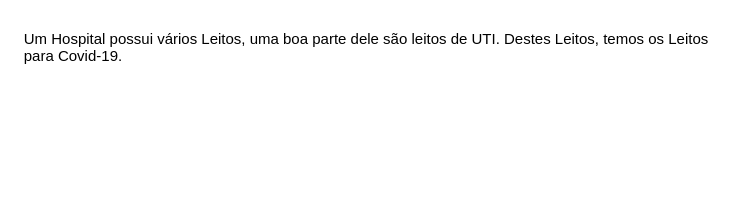
vladimiralencar/Alunos-UEPB-BancoDeDados keeps this draw.io diagram as Covid-19-Hospital.drawio. Above is the earlier version. Source tidied: cells renumbered, new cells numbered last; positions are measured from the earlier drawing's top-left corner, leaving out a move shared by most shapes. Both pictures are drawn from the tidied source at 125%, with x=0, y=0 at pixel (21, 21).
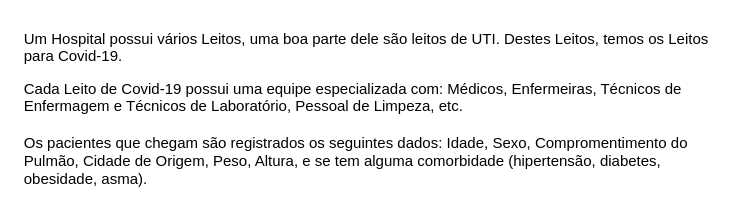
After the change.

Diff of the diagram source:
```diff
@@
 <mxGraphModel>
   <root>
     <mxCell id="0" />
     <mxCell id="1" parent="0" />
     <mxCell id="2" value="Um Hospital possui vários Leitos, uma boa parte dele são leitos de UTI. Destes Leitos, temos os Leitos para Covid-19." style="text;whiteSpace=wrap;html=1;" parent="1" vertex="1">
       <mxGeometry width="550" height="40" as="geometry" />
     </mxCell>
+    <mxCell id="3" value="Cada Leito de Covid-19 possui uma equipe especializada com: Médicos, Enfermeiras, Técnicos de Enfermagem e Técnicos de Laboratório, Pessoal de Limpeza, etc. &#10; &#10;Os pacientes que chegam são registrados os seguintes dados: Idade, Sexo, Compromentimento do Pulmão, Cidade de Origem, Peso, Altura, e se tem alguma comorbidade (hipertensão, diabetes, obesidade, asma)." style="text;whiteSpace=wrap;html=1;" parent="1" vertex="1">
+      <mxGeometry y="40" width="550" height="100" as="geometry" />
+    </mxCell>
   </root>
 </mxGraphModel>
```
